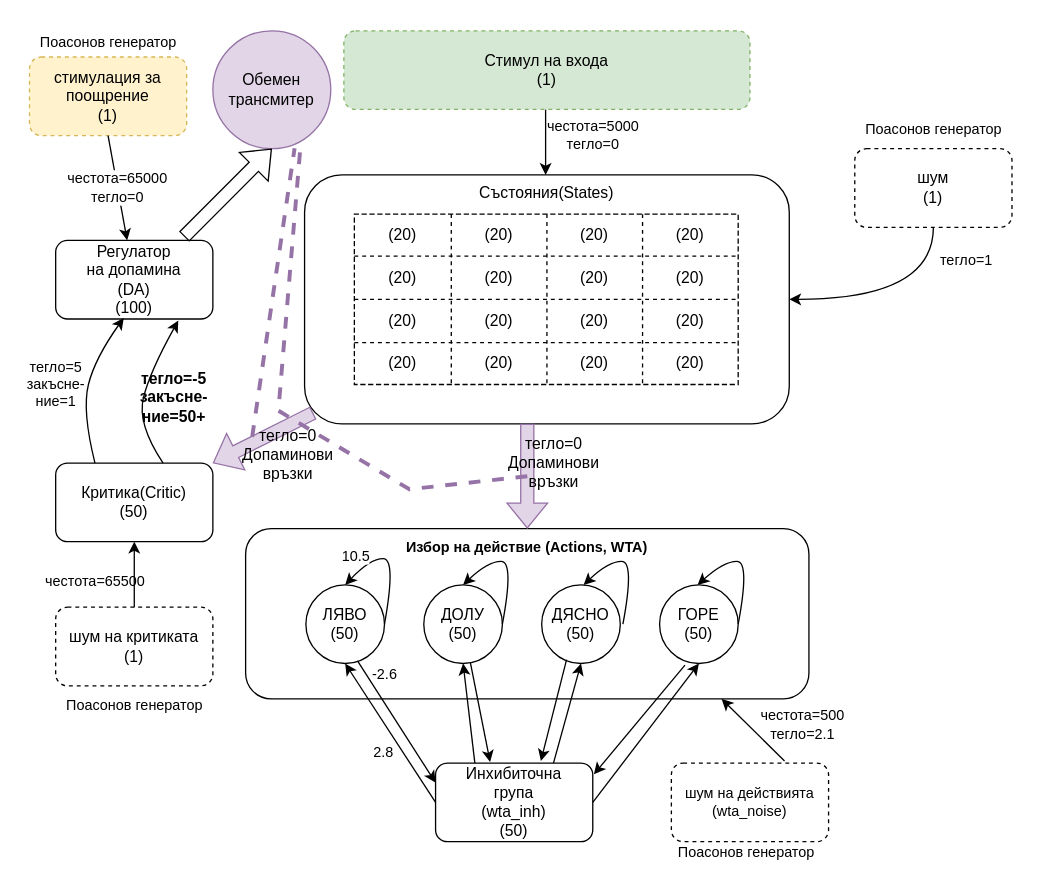
The draw.io diagram doc/variant2_snn_architecture_bg.drawio in borkox/uni-sofia-masters-project, before the edit. Source tidied: cells renumbered, new cells numbered last; positions are measured from the earlier drawing's top-left corner, leaving out a move shared by most shapes. Both pictures are drawn from the tidied source at 131%, with x=0, y=0 at pixel (22, 22).
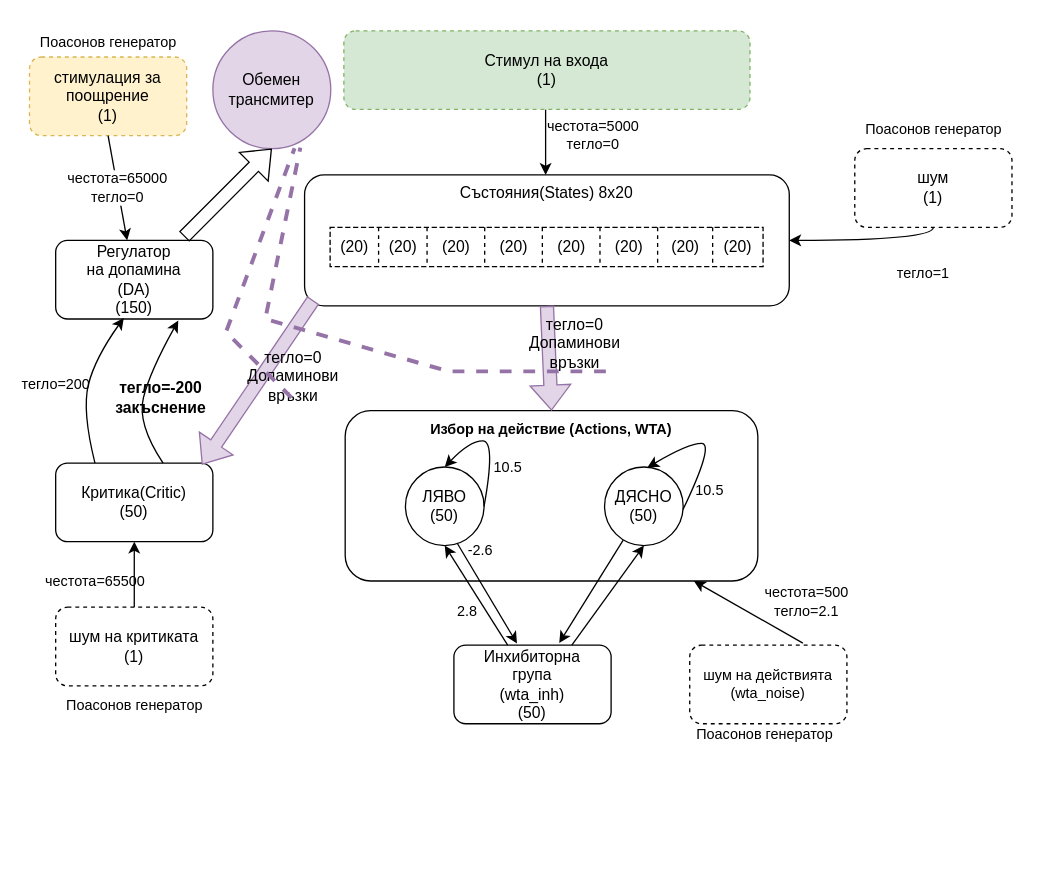
The same diagram, later.

The change refers to these unchanged cells:
```xml
<mxCell id="29" value="Обемен трансмитер" style="ellipse;whiteSpace=wrap;html=1;fillColor=#e1d5e7;strokeColor=#9673a6;" parent="1" vertex="1">
  <mxGeometry x="145" y="6" width="90" height="90" as="geometry" />
</mxCell>
<mxCell id="30" value="Критика(Critic)&lt;br&gt;(50)" style="rounded=1;whiteSpace=wrap;html=1;" parent="1" vertex="1">
  <mxGeometry x="25" y="336" width="120" height="60" as="geometry" />
</mxCell>
```

Change to the diagram source:
```diff
@@
-    <mxCell id="2" value="Състояния(States)" style="rounded=1;whiteSpace=wrap;html=1;verticalAlign=top;" parent="1" vertex="1">
-      <mxGeometry x="215" y="116" width="370" height="190" as="geometry" />
+    <mxCell id="2" value="Състояния(States) 8х20" style="rounded=1;whiteSpace=wrap;html=1;verticalAlign=top;" parent="1" vertex="1">
+      <mxGeometry x="215" y="116" width="370" height="100" as="geometry" />
     </mxCell>
     <mxCell id="3" style="shape=table;html=1;whiteSpace=wrap;startSize=0;childLayout=tableLayout;swimlaneLine=1;dashed=1;" parent="1" vertex="1">
-      <mxGeometry x="253" y="146" width="293" height="130" as="geometry" />
+      <mxGeometry x="234.5" y="156" width="330.5" height="30" as="geometry" />
     </mxCell>
     <mxCell id="4" style="shape=tableRow;horizontal=0;startSize=0;swimlaneHead=0;swimlaneBody=0;top=0;left=0;bottom=0;right=0;fillColor=none;" parent="3" vertex="1">
-      <mxGeometry width="293" height="32" as="geometry" />
+      <mxGeometry width="330.5" height="30" as="geometry" />
     </mxCell>
+    <mxCell id="68" value="(20)" style="shape=partialRectangle;html=1;whiteSpace=wrap;fillColor=none;top=0;left=0;bottom=0;right=0;overflow=hidden;" parent="4" vertex="1">
+      <mxGeometry width="37" height="30" as="geometry" />
+    </mxCell>
+    <mxCell id="69" value="(20)" style="shape=partialRectangle;html=1;whiteSpace=wrap;fillColor=none;top=0;left=0;bottom=0;right=0;overflow=hidden;" parent="4" vertex="1">
+      <mxGeometry x="37" width="37" height="30" as="geometry" />
+    </mxCell>
+    <mxCell id="70" value="(20)" style="shape=partialRectangle;html=1;whiteSpace=wrap;fillColor=none;top=0;left=0;bottom=0;right=0;overflow=hidden;" parent="4" vertex="1">
+      <mxGeometry x="74" width="44" height="30" as="geometry" />
+    </mxCell>
+    <mxCell id="71" value="(20)" style="shape=partialRectangle;html=1;whiteSpace=wrap;fillColor=none;top=0;left=0;bottom=0;right=0;overflow=hidden;" parent="4" vertex="1">
+      <mxGeometry x="118" width="44" height="30" as="geometry" />
+    </mxCell>
     <mxCell id="5" value="(20)" style="shape=partialRectangle;html=1;whiteSpace=wrap;fillColor=none;top=0;left=0;bottom=0;right=0;overflow=hidden;" parent="4" vertex="1">
-      <mxGeometry width="74" height="32" as="geometry" />
+      <mxGeometry x="162" width="44" height="30" as="geometry" />
     </mxCell>
     <mxCell id="6" value="(20)" style="shape=partialRectangle;html=1;whiteSpace=wrap;fillColor=none;top=0;left=0;bottom=0;right=0;overflow=hidden;" parent="4" vertex="1">
-      <mxGeometry x="74" width="73" height="32" as="geometry" />
+      <mxGeometry x="206" width="44" height="30" as="geometry" />
     </mxCell>
     <mxCell id="7" value="(20)" style="shape=partialRectangle;html=1;whiteSpace=wrap;fillColor=none;top=0;left=0;bottom=0;right=0;overflow=hidden;" parent="4" vertex="1">
-      <mxGeometry x="147" width="73" height="32" as="geometry" />
+      <mxGeometry x="250" width="42" height="30" as="geometry" />
     </mxCell>
     <mxCell id="8" value="(20)" style="shape=partialRectangle;html=1;whiteSpace=wrap;fillColor=none;top=0;left=0;bottom=0;right=0;overflow=hidden;" parent="4" vertex="1">
-      <mxGeometry x="220" width="73" height="32" as="geometry" />
+      <mxGeometry x="292" width="38" height="30" as="geometry" />
     </mxCell>
-    <mxCell id="9" style="shape=tableRow;horizontal=0;startSize=0;swimlaneHead=0;swimlaneBody=0;top=0;left=0;bottom=0;right=0;fillColor=none;" parent="3" vertex="1">
-      <mxGeometry y="32" width="293" height="33" as="geometry" />
-    </mxCell>
-    <mxCell id="10" value="(20)" style="shape=partialRectangle;html=1;whiteSpace=wrap;fillColor=none;top=0;left=0;bottom=0;right=0;overflow=hidden;" parent="9" vertex="1">
-      <mxGeometry width="74" height="33" as="geometry" />
-    </mxCell>
-    <mxCell id="11" value="(20)" style="shape=partialRectangle;html=1;whiteSpace=wrap;fillColor=none;top=0;left=0;bottom=0;right=0;overflow=hidden;" parent="9" vertex="1">
-      <mxGeometry x="74" width="73" height="33" as="geometry" />
-    </mxCell>
-    <mxCell id="12" value="(20)" style="shape=partialRectangle;html=1;whiteSpace=wrap;fillColor=none;top=0;left=0;bottom=0;right=0;overflow=hidden;" parent="9" vertex="1">
-      <mxGeometry x="147" width="73" height="33" as="geometry" />
-    </mxCell>
-    <mxCell id="13" value="(20)" style="shape=partialRectangle;html=1;whiteSpace=wrap;fillColor=none;top=0;left=0;bottom=0;right=0;overflow=hidden;" parent="9" vertex="1">
-      <mxGeometry x="220" width="73" height="33" as="geometry" />
-    </mxCell>
-    <mxCell id="14" style="shape=tableRow;horizontal=0;startSize=0;swimlaneHead=0;swimlaneBody=0;top=0;left=0;bottom=0;right=0;fillColor=none;" parent="3" vertex="1">
-      <mxGeometry y="65" width="293" height="33" as="geometry" />
-    </mxCell>
-    <mxCell id="15" value="(20)" style="shape=partialRectangle;html=1;whiteSpace=wrap;fillColor=none;top=0;left=0;bottom=0;right=0;overflow=hidden;" parent="14" vertex="1">
-      <mxGeometry width="74" height="33" as="geometry" />
-    </mxCell>
-    <mxCell id="16" value="(20)" style="shape=partialRectangle;html=1;whiteSpace=wrap;fillColor=none;top=0;left=0;bottom=0;right=0;overflow=hidden;" parent="14" vertex="1">
-      <mxGeometry x="74" width="73" height="33" as="geometry" />
-    </mxCell>
-    <mxCell id="17" value="(20)" style="shape=partialRectangle;html=1;whiteSpace=wrap;fillColor=none;top=0;left=0;bottom=0;right=0;overflow=hidden;" parent="14" vertex="1">
-      <mxGeometry x="147" width="73" height="33" as="geometry" />
-    </mxCell>
-    <mxCell id="18" value="(20)" style="shape=partialRectangle;html=1;whiteSpace=wrap;fillColor=none;top=0;left=0;bottom=0;right=0;overflow=hidden;" parent="14" vertex="1">
-      <mxGeometry x="220" width="73" height="33" as="geometry" />
-    </mxCell>
-    <mxCell id="19" style="shape=tableRow;horizontal=0;startSize=0;swimlaneHead=0;swimlaneBody=0;top=0;left=0;bottom=0;right=0;fillColor=none;" parent="3" vertex="1">
-      <mxGeometry y="98" width="293" height="32" as="geometry" />
-    </mxCell>
-    <mxCell id="20" value="(20)" style="shape=partialRectangle;html=1;whiteSpace=wrap;fillColor=none;top=0;left=0;bottom=0;right=0;overflow=hidden;" parent="19" vertex="1">
-      <mxGeometry width="74" height="32" as="geometry" />
-    </mxCell>
-    <mxCell id="21" value="(20)" style="shape=partialRectangle;html=1;whiteSpace=wrap;fillColor=none;top=0;left=0;bottom=0;right=0;overflow=hidden;" parent="19" vertex="1">
-      <mxGeometry x="74" width="73" height="32" as="geometry" />
-    </mxCell>
-    <mxCell id="22" value="(20)" style="shape=partialRectangle;html=1;whiteSpace=wrap;fillColor=none;top=0;left=0;bottom=0;right=0;overflow=hidden;" parent="19" vertex="1">
-      <mxGeometry x="147" width="73" height="32" as="geometry" />
-    </mxCell>
-    <mxCell id="23" value="(20)" style="shape=partialRectangle;html=1;whiteSpace=wrap;fillColor=none;top=0;left=0;bottom=0;right=0;overflow=hidden;" parent="19" vertex="1">
-      <mxGeometry x="220" width="73" height="32" as="geometry" />
-    </mxCell>
@@
-    <mxCell id="28" value="Регулатор&lt;br&gt;на допамина&lt;br&gt;(DA)&lt;br&gt;(100)" style="rounded=1;whiteSpace=wrap;html=1;" parent="1" vertex="1">
+    <mxCell id="28" value="Регулатор&lt;br&gt;на допамина&lt;br&gt;(DA)&lt;br&gt;(150)" style="rounded=1;whiteSpace=wrap;html=1;" parent="1" vertex="1">
       <mxGeometry x="25" y="166" width="120" height="60" as="geometry" />
     </mxCell>
@@
     <mxCell id="32" value="&lt;font size=&quot;1&quot; style=&quot;&quot;&gt;&lt;b style=&quot;font-size: 11px;&quot;&gt;Избор на действие (Actions, WTA)&lt;/b&gt;&lt;/font&gt;" style="rounded=1;whiteSpace=wrap;html=1;verticalAlign=top;" parent="1" vertex="1">
-      <mxGeometry x="170" y="386" width="430" height="130" as="geometry" />
+      <mxGeometry x="246" y="296" width="315" height="130" as="geometry" />
     </mxCell>
     <mxCell id="33" value="ЛЯВО&lt;br&gt;(50)" style="ellipse;whiteSpace=wrap;html=1;verticalAlign=middle;" parent="1" vertex="1">
-      <mxGeometry x="216" y="429" width="60" height="60" as="geometry" />
+      <mxGeometry x="292" y="339" width="60" height="60" as="geometry" />
     </mxCell>
-    <mxCell id="34" value="ДОЛУ&lt;br&gt;(50)" style="ellipse;whiteSpace=wrap;html=1;verticalAlign=middle;" parent="1" vertex="1">
-      <mxGeometry x="306" y="429" width="60" height="60" as="geometry" />
-    </mxCell>
     <mxCell id="35" value="ДЯСНО&lt;br&gt;(50)" style="ellipse;whiteSpace=wrap;html=1;verticalAlign=middle;" parent="1" vertex="1">
-      <mxGeometry x="396" y="429" width="60" height="60" as="geometry" />
+      <mxGeometry x="444" y="339" width="60" height="60" as="geometry" />
     </mxCell>
-    <mxCell id="36" value="ГОРЕ&lt;br&gt;(50)" style="ellipse;whiteSpace=wrap;html=1;verticalAlign=middle;" parent="1" vertex="1">
-      <mxGeometry x="486" y="429" width="60" height="60" as="geometry" />
-    </mxCell>
     <mxCell id="37" style="curved=1;endArrow=classic;html=1;rounded=0;exitX=1;exitY=0.5;exitDx=0;exitDy=0;entryX=0.5;entryY=0;entryDx=0;entryDy=0;" parent="1" edge="1" source="33" target="33">
       <mxGeometry relative="1" as="geometry">
         <Array as="points">
-          <mxPoint x="285" y="409" />
-          <mxPoint x="265" y="409" />
+          <mxPoint x="361" y="319" />
+          <mxPoint x="341" y="319" />
         </Array>
       </mxGeometry>
     </mxCell>
     <mxCell id="38" value="10.5" style="edgeLabel;html=1;align=center;verticalAlign=middle;" parent="37" vertex="1">
       <mxGeometry x="-0.17" y="2" relative="1" as="geometry">
-        <mxPoint x="-28" y="-12" as="offset" />
+        <mxPoint x="12" y="10" as="offset" />
       </mxGeometry>
     </mxCell>
-    <mxCell id="39" style="curved=1;endArrow=classic;html=1;rounded=0;entryX=0.5;entryY=0;entryDx=0;entryDy=0;exitX=1;exitY=0.5;exitDx=0;exitDy=0;" parent="1" edge="1" source="34" target="34">
-      <mxGeometry relative="1" as="geometry">
-        <Array as="points">
-          <mxPoint x="375" y="411" />
-          <mxPoint x="355" y="411" />
-        </Array>
-      </mxGeometry>
-    </mxCell>
-    <mxCell id="40" style="curved=1;endArrow=classic;html=1;rounded=0;" parent="1" edge="1">
+    <mxCell id="40" style="curved=1;endArrow=classic;html=1;rounded=0;exitX=0.998;exitY=0.541;exitDx=0;exitDy=0;exitPerimeter=0;entryX=0.544;entryY=0.007;entryDx=0;entryDy=0;entryPerimeter=0;" parent="1" edge="1" source="35" target="35">
       <mxGeometry relative="1" as="geometry">
-        <mxPoint x="458" y="459" as="sourcePoint" />
-        <mxPoint x="428" y="429" as="targetPoint" />
         <Array as="points">
-          <mxPoint x="467" y="411" />
-          <mxPoint x="447" y="411" />
+          <mxPoint x="528" y="321" />
+          <mxPoint x="508" y="321" />
         </Array>
       </mxGeometry>
     </mxCell>
-    <mxCell id="41" style="curved=1;endArrow=classic;html=1;rounded=0;exitX=1;exitY=0.5;exitDx=0;exitDy=0;" parent="1" edge="1" source="36">
-      <mxGeometry relative="1" as="geometry">
-        <mxPoint x="515" y="429" as="targetPoint" />
-        <Array as="points">
-          <mxPoint x="555" y="411" />
-          <mxPoint x="535" y="411" />
-        </Array>
-      </mxGeometry>
-    </mxCell>
+    <mxCell id="72" value="10.5" style="edgeLabel;html=1;align=center;verticalAlign=middle;labelBackgroundColor=none;" parent="40" vertex="1">
+      <mxGeometry x="-0.32" y="2" relative="1" as="geometry">
+        <mxPoint x="5" y="20" as="offset" />
+      </mxGeometry>
+    </mxCell>
-    <mxCell id="42" value="Инхибиточна &lt;br&gt;група&lt;br&gt;(wta_inh)&lt;br&gt;(50)" style="rounded=1;whiteSpace=wrap;html=1;" parent="1" vertex="1">
-      <mxGeometry x="315" y="565" width="120" height="60" as="geometry" />
+    <mxCell id="42" value="Инхибиторна &lt;br&gt;група&lt;br&gt;(wta_inh)&lt;br&gt;(50)" style="rounded=1;whiteSpace=wrap;html=1;" parent="1" vertex="1">
+      <mxGeometry x="329" y="475" width="120" height="60" as="geometry" />
     </mxCell>
-    <mxCell id="43" value="2.8" style="endArrow=classic;html=1;rounded=0;exitX=0;exitY=0.5;exitDx=0;exitDy=0;entryX=0.5;entryY=1;entryDx=0;entryDy=0;labelBackgroundColor=none;" parent="1" edge="1" source="42" target="33">
+    <mxCell id="43" value="2.8" style="endArrow=classic;html=1;rounded=0;entryX=0.5;entryY=1;entryDx=0;entryDy=0;labelBackgroundColor=none;" parent="1" edge="1" source="42" target="33">
       <mxGeometry x="-0.14" y="12" relative="1" as="geometry">
         <mxPoint y="1" as="offset" />
       </mxGeometry>
     </mxCell>
-    <mxCell id="44" style="endArrow=classic;html=1;rounded=0;exitX=0.25;exitY=0;exitDx=0;exitDy=0;entryX=0.5;entryY=1;entryDx=0;entryDy=0;" parent="1" edge="1" source="42" target="34">
-      <mxGeometry relative="1" as="geometry" />
-    </mxCell>
@@
-    <mxCell id="46" style="endArrow=classic;html=1;rounded=0;exitX=1;exitY=0.5;exitDx=0;exitDy=0;entryX=0.5;entryY=1;entryDx=0;entryDy=0;" parent="1" edge="1" source="42" target="36">
-      <mxGeometry relative="1" as="geometry" />
-    </mxCell>
-    <mxCell id="47" style="endArrow=classic;html=1;rounded=0;entryX=0;entryY=0.25;entryDx=0;entryDy=0;exitX=0.657;exitY=0.967;exitDx=0;exitDy=0;exitPerimeter=0;" parent="1" edge="1" source="33" target="42">
+    <mxCell id="47" style="endArrow=classic;html=1;rounded=0;entryX=0.401;entryY=-0.022;entryDx=0;entryDy=0;exitX=0.657;exitY=0.967;exitDx=0;exitDy=0;exitPerimeter=0;entryPerimeter=0;" parent="1" edge="1" source="33" target="42">
       <mxGeometry relative="1" as="geometry" />
     </mxCell>
@@
-    <mxCell id="49" style="endArrow=classic;html=1;rounded=0;entryX=0.347;entryY=-0.013;entryDx=0;entryDy=0;entryPerimeter=0;" parent="1" edge="1" source="34" target="42">
-      <mxGeometry relative="1" as="geometry" />
-    </mxCell>
-    <mxCell id="50" style="endArrow=classic;html=1;rounded=0;entryX=0.67;entryY=-0.027;entryDx=0;entryDy=0;entryPerimeter=0;" parent="1" edge="1" target="42">
-      <mxGeometry relative="1" as="geometry">
-        <mxPoint x="415" y="486" as="sourcePoint" />
-      </mxGeometry>
+    <mxCell id="50" style="endArrow=classic;html=1;rounded=0;entryX=0.67;entryY=-0.027;entryDx=0;entryDy=0;entryPerimeter=0;exitX=0.237;exitY=0.931;exitDx=0;exitDy=0;exitPerimeter=0;" parent="1" edge="1" source="35" target="42">
+      <mxGeometry relative="1" as="geometry" />
     </mxCell>
-    <mxCell id="51" style="endArrow=classic;html=1;rounded=0;exitX=0.323;exitY=1.02;exitDx=0;exitDy=0;exitPerimeter=0;entryX=1.007;entryY=0.143;entryDx=0;entryDy=0;entryPerimeter=0;" parent="1" edge="1" source="36" target="42">
-      <mxGeometry relative="1" as="geometry" />
-    </mxCell>
@@
-    <mxCell id="55" value="тегло=5&lt;br&gt;закъсне-&lt;br&gt;ние=1" style="curved=1;endArrow=classic;html=1;rounded=0;exitX=0.25;exitY=0;exitDx=0;exitDy=0;entryX=0.433;entryY=0.987;entryDx=0;entryDy=0;entryPerimeter=0;labelBackgroundColor=none;" parent="1" edge="1" source="30" target="28">
+    <mxCell id="55" value="тегло=200" style="curved=1;endArrow=classic;html=1;rounded=0;exitX=0.25;exitY=0;exitDx=0;exitDy=0;entryX=0.433;entryY=0.987;entryDx=0;entryDy=0;entryPerimeter=0;labelBackgroundColor=none;" parent="1" edge="1" source="30" target="28">
       <mxGeometry x="-0.07" y="24" relative="1" as="geometry">
         <Array as="points">
           <mxPoint x="45" y="296" />
           <mxPoint x="55" y="256" />
         </Array>
       </mxGeometry>
     </mxCell>
-    <mxCell id="56" value="тегло=-5&lt;br style=&quot;font-size: 12px;&quot;&gt;закъсне-&lt;br&gt;ние=50+" style="curved=1;endArrow=classic;html=1;rounded=0;exitX=0.5;exitY=0;exitDx=0;exitDy=0;entryX=0.597;entryY=1.02;entryDx=0;entryDy=0;entryPerimeter=0;fontStyle=1;fontSize=12;labelBackgroundColor=none;" parent="1" edge="1">
-      <mxGeometry x="0.02" y="-22" relative="1" as="geometry">
+    <mxCell id="56" value="тегло=-200&lt;br style=&quot;font-size: 12px;&quot;&gt;закъснение" style="curved=1;endArrow=classic;html=1;rounded=0;exitX=0.5;exitY=0;exitDx=0;exitDy=0;entryX=0.597;entryY=1.02;entryDx=0;entryDy=0;entryPerimeter=0;fontStyle=1;fontSize=12;labelBackgroundColor=none;" parent="1" edge="1">
+      <mxGeometry x="-0.02" y="-13" relative="1" as="geometry">
         <mxPoint x="107" y="336" as="sourcePoint" />
         <mxPoint x="118.6" y="227.2" as="targetPoint" />
         <Array as="points">
           <mxPoint x="87" y="306" />
           <mxPoint x="97" y="266" />
         </Array>
       </mxGeometry>
     </mxCell>
-    <mxCell id="57" value="тегло=0&lt;br&gt;Допаминови&lt;br&gt;връзки" style="shape=flexArrow;endArrow=classic;html=1;rounded=0;fontSize=12;entryX=0.5;entryY=0;entryDx=0;entryDy=0;fillColor=#e1d5e7;strokeColor=#9673a6;labelBackgroundColor=none;" parent="1" edge="1" target="32">
-      <mxGeometry x="-0.25" y="20" relative="1" as="geometry">
-        <mxPoint x="385" y="306" as="sourcePoint" />
-      </mxGeometry>
+    <mxCell id="57" value="тегло=0&lt;br&gt;Допаминови&lt;br&gt;връзки" style="shape=flexArrow;endArrow=classic;html=1;rounded=0;fontSize=12;entryX=0.5;entryY=0;entryDx=0;entryDy=0;fillColor=#e1d5e7;strokeColor=#9673a6;labelBackgroundColor=none;exitX=0.5;exitY=1;exitDx=0;exitDy=0;" parent="1" edge="1" source="2" target="32">
+      <mxGeometry x="-0.25" y="20" relative="1" as="geometry" />
     </mxCell>
-    <mxCell id="58" value="тегло=0&lt;br&gt;Допаминови&lt;br&gt;връзки" style="shape=flexArrow;endArrow=classic;html=1;rounded=0;fontSize=12;fillColor=#e1d5e7;strokeColor=#9673a6;exitX=0.018;exitY=0.956;exitDx=0;exitDy=0;exitPerimeter=0;labelBackgroundColor=none;" parent="1" edge="1" source="2" target="30">
+    <mxCell id="58" value="тегло=0&lt;br&gt;Допаминови&lt;br&gt;връзки" style="shape=flexArrow;endArrow=classic;html=1;rounded=0;fontSize=12;fillColor=#e1d5e7;strokeColor=#9673a6;exitX=0.018;exitY=0.956;exitDx=0;exitDy=0;exitPerimeter=0;labelBackgroundColor=none;entryX=0.93;entryY=0.02;entryDx=0;entryDy=0;entryPerimeter=0;" parent="1" edge="1" source="2" target="30">
       <mxGeometry x="-0.25" y="20" relative="1" as="geometry" />
     </mxCell>
     <mxCell id="59" value="шум на действията&lt;br&gt;(wta_noise)" style="rounded=1;whiteSpace=wrap;html=1;fontSize=11;dashed=1;" parent="1" vertex="1">
-      <mxGeometry x="495" y="565" width="120" height="60" as="geometry" />
+      <mxGeometry x="509" y="475" width="120" height="60" as="geometry" />
     </mxCell>
     <mxCell id="60" value="честота=500&lt;br&gt;тегло=2.1" style="endArrow=classic;html=1;rounded=0;fontSize=11;exitX=0.687;exitY=-0.043;exitDx=0;exitDy=0;entryX=0.845;entryY=1;entryDx=0;entryDy=0;entryPerimeter=0;exitPerimeter=0;labelBackgroundColor=none;" parent="1" edge="1" target="32">
       <mxGeometry x="-0.72" y="-29" relative="1" as="geometry">
-        <mxPoint x="581.4" y="563.4" as="sourcePoint" />
+        <mxPoint x="595.4" y="473.4" as="sourcePoint" />
       </mxGeometry>
     </mxCell>
@@
     <mxCell id="65" value="Поасонов генератор" style="text;html=1;align=center;verticalAlign=middle;strokeColor=none;fillColor=none;fontSize=11;" parent="1" vertex="1">
-      <mxGeometry x="487" y="618" width="130" height="30" as="geometry" />
+      <mxGeometry x="501" y="528" width="130" height="30" as="geometry" />
     </mxCell>
     <mxCell id="66" style="endArrow=none;dashed=1;html=1;rounded=0;fillColor=#e1d5e7;strokeColor=#9673a6;entryX=0.693;entryY=0.996;entryDx=0;entryDy=0;entryPerimeter=0;strokeWidth=3;" parent="1" edge="1" target="29">
       <mxGeometry relative="1" as="geometry">
-        <mxPoint x="175" y="316" as="sourcePoint" />
+        <mxPoint x="205" y="286" as="sourcePoint" />
+        <Array as="points">
+          <mxPoint x="155" y="236" />
+        </Array>
       </mxGeometry>
     </mxCell>
     <mxCell id="67" style="endArrow=none;dashed=1;html=1;rounded=0;fillColor=#e1d5e7;strokeColor=#9673a6;entryX=0.742;entryY=0.991;entryDx=0;entryDy=0;entryPerimeter=0;strokeWidth=3;" parent="1" edge="1" target="29">
       <mxGeometry relative="1" as="geometry">
-        <mxPoint x="385" y="346" as="sourcePoint" />
+        <mxPoint x="445" y="266" as="sourcePoint" />
         <Array as="points">
-          <mxPoint x="295" y="356" />
-          <mxPoint x="195" y="296" />
+          <mxPoint x="325" y="266" />
+          <mxPoint x="185" y="226" />
         </Array>
       </mxGeometry>
     </mxCell>
```
